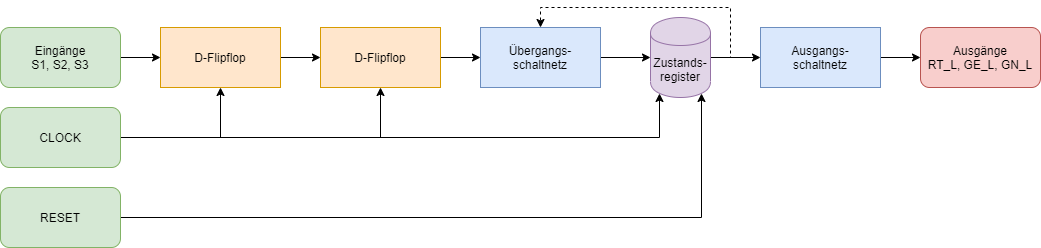
This is img/Blockschalt1.png from LowOrbitIonCannon/DIP3, a draw.io export, as it was before one commit. Source tidied: cells renumbered, new cells last; positions are measured from the earlier drawing's top-left corner, leaving out a move shared by most shapes. The source it was exported from:
```xml
<mxGraphModel>
  <root>
    <mxCell id="0" />
    <mxCell id="1" parent="0" />
    <mxCell id="2" style="edgeStyle=orthogonalEdgeStyle;rounded=0;jettySize=auto;html=1;exitX=1;exitY=0.5;exitDx=0;exitDy=0;" parent="1" edge="1" source="3" target="11">
      <mxGeometry relative="1" as="geometry" />
    </mxCell>
    <mxCell id="3" value="Ausgangs-&lt;br&gt;schaltnetz" style="rounded=0;whiteSpace=wrap;html=1;fillColor=#dae8fc;strokeColor=#6c8ebf;" parent="1" vertex="1">
      <mxGeometry x="760" y="20" width="120" height="60" as="geometry" />
    </mxCell>
    <mxCell id="4" style="edgeStyle=orthogonalEdgeStyle;rounded=0;jettySize=auto;html=1;exitX=1;exitY=0.5;exitDx=0;exitDy=0;entryX=0;entryY=0.5;entryDx=0;entryDy=0;" parent="1" edge="1" source="5" target="8">
      <mxGeometry relative="1" as="geometry" />
    </mxCell>
    <mxCell id="5" value="Übergangs-&lt;br&gt;schaltnetz" style="rounded=0;whiteSpace=wrap;html=1;fillColor=#dae8fc;strokeColor=#6c8ebf;" parent="1" vertex="1">
      <mxGeometry x="480" y="20" width="120" height="60" as="geometry" />
    </mxCell>
    <mxCell id="6" style="edgeStyle=orthogonalEdgeStyle;rounded=0;jettySize=auto;html=1;exitX=1;exitY=0.5;exitDx=0;exitDy=0;entryX=0;entryY=0.5;entryDx=0;entryDy=0;" parent="1" edge="1" source="8" target="3">
      <mxGeometry relative="1" as="geometry" />
    </mxCell>
    <mxCell id="7" style="edgeStyle=orthogonalEdgeStyle;rounded=0;jettySize=auto;html=1;exitX=1;exitY=0.5;exitDx=0;exitDy=0;entryX=0.5;entryY=0;entryDx=0;entryDy=0;dashed=1;" parent="1" edge="1" source="8" target="5">
      <mxGeometry relative="1" as="geometry">
        <Array as="points">
          <mxPoint x="730" y="50" />
          <mxPoint x="730" />
          <mxPoint x="540" />
        </Array>
      </mxGeometry>
    </mxCell>
    <mxCell id="8" value="Zustands-&lt;br&gt;register" style="shape=cylinder;whiteSpace=wrap;html=1;boundedLbl=1;backgroundOutline=1;fillColor=#e1d5e7;strokeColor=#9673a6;" parent="1" vertex="1">
      <mxGeometry x="650" y="10" width="60" height="80" as="geometry" />
    </mxCell>
    <mxCell id="9" style="edgeStyle=orthogonalEdgeStyle;rounded=0;jettySize=auto;html=1;exitX=1;exitY=0.5;exitDx=0;exitDy=0;entryX=0;entryY=0.5;entryDx=0;entryDy=0;" parent="1" edge="1" source="10" target="13">
      <mxGeometry relative="1" as="geometry" />
    </mxCell>
    <mxCell id="10" value="Eingänge&lt;br&gt;S1, S2, S3" style="rounded=1;whiteSpace=wrap;html=1;fillColor=#d5e8d4;strokeColor=#82b366;" parent="1" vertex="1">
      <mxGeometry y="20" width="120" height="60" as="geometry" />
    </mxCell>
    <mxCell id="11" value="Ausgänge&lt;br&gt;RT_L, GE_L, GN_L" style="rounded=1;whiteSpace=wrap;html=1;fillColor=#f8cecc;strokeColor=#b85450;" parent="1" vertex="1">
      <mxGeometry x="920" y="20" width="120" height="60" as="geometry" />
    </mxCell>
    <mxCell id="12" style="edgeStyle=orthogonalEdgeStyle;rounded=0;jettySize=auto;html=1;exitX=1;exitY=0.5;exitDx=0;exitDy=0;entryX=0;entryY=0.5;entryDx=0;entryDy=0;" parent="1" edge="1" source="13" target="15">
      <mxGeometry relative="1" as="geometry" />
    </mxCell>
    <mxCell id="13" value="D-Flipflop" style="rounded=0;whiteSpace=wrap;html=1;fillColor=#ffe6cc;strokeColor=#d79b00;" parent="1" vertex="1">
      <mxGeometry x="160" y="20" width="120" height="60" as="geometry" />
    </mxCell>
    <mxCell id="14" style="edgeStyle=orthogonalEdgeStyle;rounded=0;jettySize=auto;html=1;exitX=1;exitY=0.5;exitDx=0;exitDy=0;" parent="1" edge="1" source="15" target="5">
      <mxGeometry relative="1" as="geometry" />
    </mxCell>
    <mxCell id="15" value="D-Flipflop" style="rounded=0;whiteSpace=wrap;html=1;fillColor=#ffe6cc;strokeColor=#d79b00;" parent="1" vertex="1">
      <mxGeometry x="320" y="20" width="120" height="60" as="geometry" />
    </mxCell>
    <mxCell id="16" style="edgeStyle=orthogonalEdgeStyle;rounded=0;jettySize=auto;html=1;exitX=1;exitY=0.5;exitDx=0;exitDy=0;entryX=0.5;entryY=1;entryDx=0;entryDy=0;" parent="1" edge="1" source="19" target="13">
      <mxGeometry relative="1" as="geometry" />
    </mxCell>
    <mxCell id="17" style="edgeStyle=orthogonalEdgeStyle;rounded=0;jettySize=auto;html=1;exitX=1;exitY=0.5;exitDx=0;exitDy=0;entryX=0.5;entryY=1;entryDx=0;entryDy=0;" parent="1" edge="1" source="19" target="15">
      <mxGeometry relative="1" as="geometry" />
    </mxCell>
    <mxCell id="18" style="edgeStyle=orthogonalEdgeStyle;rounded=0;jettySize=auto;html=1;exitX=1;exitY=0.5;exitDx=0;exitDy=0;entryX=0.15;entryY=0.95;entryDx=0;entryDy=0;entryPerimeter=0;" parent="1" edge="1" source="19" target="8">
      <mxGeometry relative="1" as="geometry" />
    </mxCell>
    <mxCell id="19" value="CLOCK" style="rounded=1;whiteSpace=wrap;html=1;fillColor=#d5e8d4;strokeColor=#82b366;" parent="1" vertex="1">
      <mxGeometry y="100" width="120" height="60" as="geometry" />
    </mxCell>
    <mxCell id="20" style="edgeStyle=orthogonalEdgeStyle;rounded=0;jettySize=auto;html=1;exitX=1;exitY=0.5;exitDx=0;exitDy=0;entryX=0.85;entryY=0.95;entryDx=0;entryDy=0;entryPerimeter=0;" parent="1" edge="1" source="21" target="8">
      <mxGeometry relative="1" as="geometry" />
    </mxCell>
    <mxCell id="21" value="RESET" style="rounded=1;whiteSpace=wrap;html=1;fillColor=#d5e8d4;strokeColor=#82b366;" parent="1" vertex="1">
      <mxGeometry y="180" width="120" height="60" as="geometry" />
    </mxCell>
  </root>
</mxGraphModel>
```
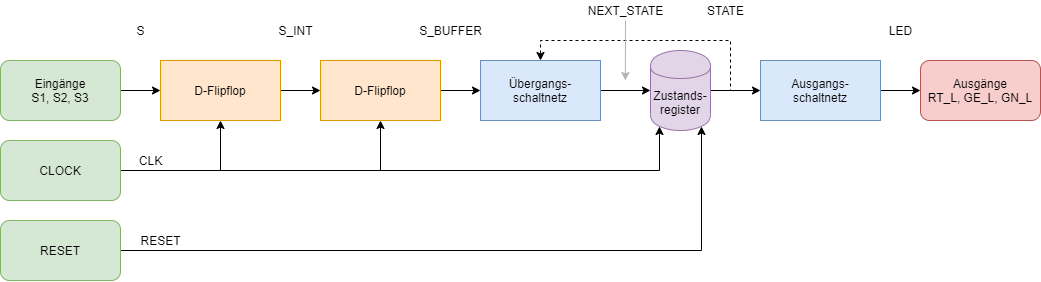
After the commit.

Change to the diagram source:
```diff
@@ -68,5 +68,35 @@
     <mxCell id="21" value="RESET" style="rounded=1;whiteSpace=wrap;html=1;fillColor=#d5e8d4;strokeColor=#82b366;" parent="1" vertex="1">
       <mxGeometry y="180" width="120" height="60" as="geometry" />
     </mxCell>
+    <mxCell id="22" value="S" style="text;html=1;align=center;verticalAlign=middle;" parent="1" vertex="1">
+      <mxGeometry x="130" y="-20" width="20" height="20" as="geometry" />
+    </mxCell>
+    <mxCell id="23" value="S_BUFFER" style="text;html=1;align=center;verticalAlign=middle;" parent="1" vertex="1">
+      <mxGeometry x="410" y="-20" width="80" height="20" as="geometry" />
+    </mxCell>
+    <mxCell id="24" value="S_INT" style="text;html=1;align=center;verticalAlign=middle;" parent="1" vertex="1">
+      <mxGeometry x="270" y="-20" width="50" height="20" as="geometry" />
+    </mxCell>
+    <mxCell id="25" value="NEXT_STATE" style="text;html=1;align=center;verticalAlign=middle;" parent="1" vertex="1">
+      <mxGeometry x="580" y="-40" width="90" height="20" as="geometry" />
+    </mxCell>
+    <mxCell id="26" value="STATE" style="text;html=1;align=center;verticalAlign=middle;" parent="1" vertex="1">
+      <mxGeometry x="700" y="-40" width="50" height="20" as="geometry" />
+    </mxCell>
+    <mxCell id="27" value="LED" style="text;html=1;align=center;verticalAlign=middle;" parent="1" vertex="1">
+      <mxGeometry x="880" y="-20" width="40" height="20" as="geometry" />
+    </mxCell>
+    <mxCell id="28" style="endArrow=classic;html=1;strokeColor=#B3B3B3;" parent="1" edge="1">
+      <mxGeometry relative="1" as="geometry">
+        <mxPoint x="625" y="-20" as="sourcePoint" />
+        <mxPoint x="624.9" y="40" as="targetPoint" />
+      </mxGeometry>
+    </mxCell>
+    <mxCell id="29" value="CLK" style="text;html=1;align=center;verticalAlign=middle;" parent="1" vertex="1">
+      <mxGeometry x="130" y="110" width="40" height="20" as="geometry" />
+    </mxCell>
+    <mxCell id="30" value="RESET" style="text;html=1;align=center;verticalAlign=middle;" parent="1" vertex="1">
+      <mxGeometry x="130" y="190" width="60" height="20" as="geometry" />
+    </mxCell>
   </root>
 </mxGraphModel>
```
